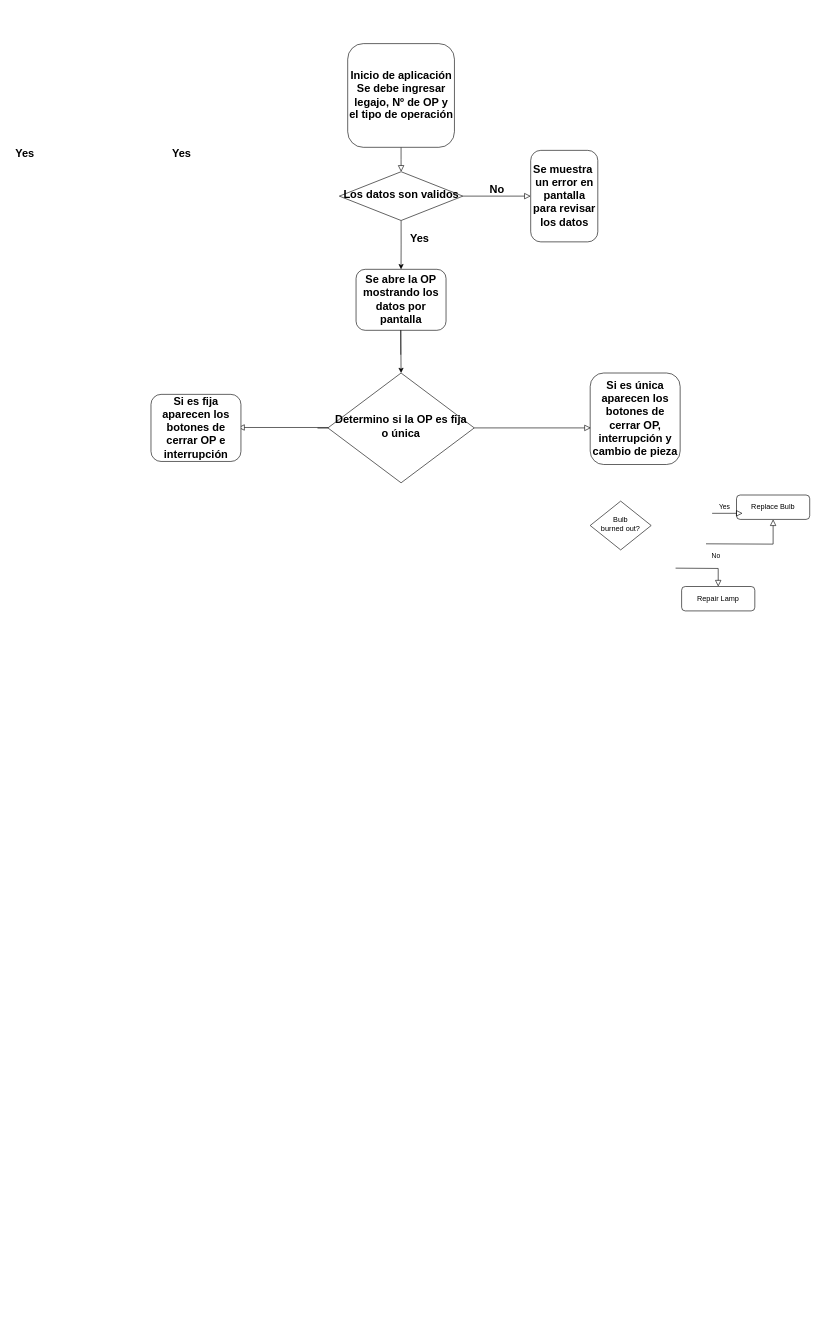
The draw.io diagram Proyecto_tablets.drawio in martin563/blinky_pont_gdb_online, before the edit. Source tidied: cells renumbered, new cells numbered last; positions are measured from the earlier drawing's top-left corner, leaving out a move shared by most shapes. Both pictures are drawn from the tidied source at 61%, with x=0, y=0 at pixel (151, 43).
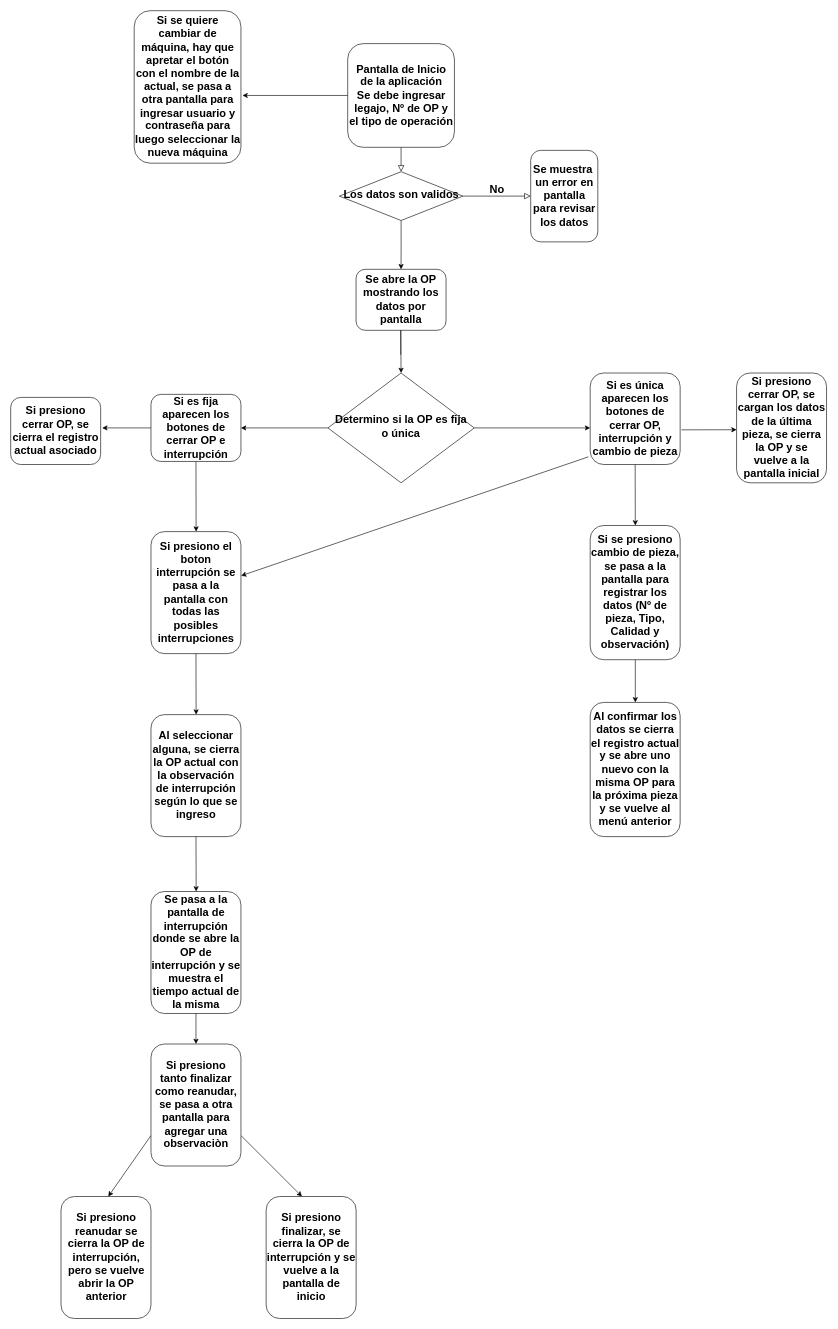
The same page after the edit.

Unchanged cells that the change refers to:
```xml
<mxCell id="16" value="Determino si la OP es fija o única" style="rhombus;whiteSpace=wrap;html=1;shadow=0;fontFamily=Helvetica;fontSize=18;align=center;strokeWidth=1;spacing=6;spacingTop=-4;fontStyle=1;" parent="1" vertex="1">
  <mxGeometry x="290" y="540" width="240" height="180" as="geometry" />
</mxCell>
<mxCell id="17" value="Si es única aparecen los botones de cerrar OP, interrupción y cambio de pieza" style="rounded=1;whiteSpace=wrap;html=1;fontSize=18;glass=0;strokeWidth=1;shadow=0;fontStyle=1;" parent="1" vertex="1">
  <mxGeometry x="720" y="540" width="147.5" height="150" as="geometry" />
</mxCell>
<mxCell id="19" value="Si es fija aparecen los botones de cerrar OP e interrupción" style="rounded=1;whiteSpace=wrap;html=1;fontSize=18;glass=0;strokeWidth=1;shadow=0;fontStyle=1;" parent="1" vertex="1">
  <mxGeometry y="575" width="147.5" height="110" as="geometry" />
</mxCell>
```

The edit, as a diff of the source:
```diff
@@
-    <mxCell id="3" value="Inicio de aplicación&lt;br style=&quot;font-size: 18px;&quot;&gt;Se debe ingresar legajo, Nº de OP y el tipo de operación" style="rounded=1;whiteSpace=wrap;html=1;fontSize=18;glass=0;strokeWidth=1;shadow=0;fontStyle=1;" parent="1" vertex="1">
+    <mxCell id="3" value="Pantalla de Inicio de la aplicación&lt;br style=&quot;font-size: 18px&quot;&gt;Se debe ingresar legajo, Nº de OP y el tipo de operación" style="rounded=1;whiteSpace=wrap;html=1;fontSize=18;glass=0;strokeWidth=1;shadow=0;fontStyle=1;" parent="1" vertex="1">
       <mxGeometry x="322.5" width="175" height="170" as="geometry" />
     </mxCell>
@@
-    <mxCell id="8" value="No" style="rounded=0;html=1;jettySize=auto;fontSize=11;endArrow=block;endFill=0;endSize=8;strokeWidth=1;shadow=0;labelBackgroundColor=none;edgeStyle=orthogonalEdgeStyle;" parent="1" edge="1" target="11">
-      <mxGeometry x="0.33" y="20" relative="1" as="geometry">
-        <mxPoint x="860" y="859.9" as="sourcePoint" />
-      </mxGeometry>
-    </mxCell>
-    <mxCell id="9" value="Yes" style="edgeStyle=orthogonalEdgeStyle;rounded=0;html=1;jettySize=auto;fontSize=11;endArrow=block;endFill=0;endSize=8;strokeWidth=1;shadow=0;labelBackgroundColor=none;" parent="1" edge="1" target="12">
-      <mxGeometry x="-0.6" y="60" relative="1" as="geometry">
-        <mxPoint x="909.9" y="820" as="sourcePoint" />
-      </mxGeometry>
-    </mxCell>
-    <mxCell id="10" value="Bulb&lt;br&gt;burned out?" style="rhombus;whiteSpace=wrap;html=1;shadow=0;fontFamily=Helvetica;fontSize=12;align=center;strokeWidth=1;spacing=6;spacingTop=-4;" parent="1" vertex="1">
-      <mxGeometry x="720" y="750" width="100" height="80" as="geometry" />
-    </mxCell>
-    <mxCell id="11" value="Repair Lamp" style="rounded=1;whiteSpace=wrap;html=1;fontSize=12;glass=0;strokeWidth=1;shadow=0;" parent="1" vertex="1">
-      <mxGeometry x="869.9" y="890" width="120" height="40" as="geometry" />
-    </mxCell>
-    <mxCell id="12" value="Replace Bulb" style="rounded=1;whiteSpace=wrap;html=1;fontSize=12;glass=0;strokeWidth=1;shadow=0;" parent="1" vertex="1">
-      <mxGeometry x="959.9" y="740" width="120" height="40" as="geometry" />
-    </mxCell>
@@
-    <mxCell id="14" value="Yes" style="edgeStyle=orthogonalEdgeStyle;rounded=0;html=1;jettySize=auto;orthogonalLoop=1;fontSize=18;endArrow=block;endFill=0;endSize=8;strokeWidth=1;shadow=0;labelBackgroundColor=none;fontStyle=1;" parent="1" edge="1">
-      <mxGeometry x="-1" y="658" relative="1" as="geometry">
-        <mxPoint x="919.9" y="770" as="sourcePoint" />
-        <mxPoint x="969.9" y="770" as="targetPoint" />
-        <mxPoint x="-480" y="208" as="offset" />
-      </mxGeometry>
-    </mxCell>
@@
-    <mxCell id="18" value="Yes" style="edgeStyle=orthogonalEdgeStyle;rounded=0;html=1;jettySize=auto;orthogonalLoop=1;fontSize=18;endArrow=block;endFill=0;endSize=8;strokeWidth=1;shadow=0;labelBackgroundColor=none;fontStyle=1;exitX=1;exitY=0.5;exitDx=0;exitDy=0;" parent="1" edge="1">
-      <mxGeometry x="-1" y="658" relative="1" as="geometry">
-        <mxPoint x="273" y="630.3" as="sourcePoint" />
-        <mxPoint x="143" y="629.3" as="targetPoint" />
-        <Array as="points">
-          <mxPoint x="290" y="630.3" />
-        </Array>
-        <mxPoint x="-480" y="208" as="offset" />
-      </mxGeometry>
-    </mxCell>
@@
-    <mxCell id="20" value="Yes" style="edgeStyle=orthogonalEdgeStyle;rounded=0;html=1;jettySize=auto;fontSize=18;endArrow=block;endFill=0;endSize=8;strokeWidth=1;shadow=0;labelBackgroundColor=none;fontStyle=1;exitX=1;exitY=0.5;exitDx=0;exitDy=0;entryX=0.007;entryY=0.6;entryDx=0;entryDy=0;entryPerimeter=0;" parent="1" edge="1" source="16" target="17">
-      <mxGeometry x="-1" y="658" relative="1" as="geometry">
-        <mxPoint x="-480" y="208" as="offset" />
-      </mxGeometry>
+    <mxCell id="20" style="endArrow=classic;html=1;rounded=0;fontSize=18;exitX=1;exitY=0.5;exitDx=0;exitDy=0;entryX=0;entryY=0.6;entryDx=0;entryDy=0;entryPerimeter=0;" parent="1" edge="1" source="16" target="17">
+      <mxGeometry relative="1" as="geometry" />
     </mxCell>
+    <mxCell id="21" style="endArrow=classic;html=1;rounded=0;fontSize=18;entryX=1;entryY=0.5;entryDx=0;entryDy=0;" parent="1" edge="1" source="16" target="19">
+      <mxGeometry relative="1" as="geometry" />
+    </mxCell>
+    <mxCell id="22" style="endArrow=classic;html=1;rounded=0;fontSize=18;exitX=0.5;exitY=1;exitDx=0;exitDy=0;" parent="1" edge="1" source="19">
+      <mxGeometry relative="1" as="geometry">
+        <mxPoint x="74" y="800" as="targetPoint" />
+      </mxGeometry>
+    </mxCell>
+    <mxCell id="23" value="Si presiono el boton interrupción se pasa a la pantalla con todas las posibles interrupciones" style="rounded=1;whiteSpace=wrap;html=1;fontSize=18;glass=0;strokeWidth=1;shadow=0;fontStyle=1;" parent="1" vertex="1">
+      <mxGeometry y="800" width="147.5" height="200" as="geometry" />
+    </mxCell>
+    <mxCell id="24" style="endArrow=classic;html=1;rounded=0;fontSize=18;exitX=0.5;exitY=1;exitDx=0;exitDy=0;" parent="1" edge="1" source="23">
+      <mxGeometry relative="1" as="geometry">
+        <mxPoint x="74" y="1100" as="targetPoint" />
+      </mxGeometry>
+    </mxCell>
+    <mxCell id="25" value="Al seleccionar alguna, se cierra la OP actual con la observación de interrupción según lo que se ingreso" style="rounded=1;whiteSpace=wrap;html=1;fontSize=18;glass=0;strokeWidth=1;shadow=0;fontStyle=1;" parent="1" vertex="1">
+      <mxGeometry y="1100" width="147.5" height="200" as="geometry" />
+    </mxCell>
+    <mxCell id="26" style="endArrow=classic;html=1;rounded=0;fontSize=18;exitX=0.5;exitY=1;exitDx=0;exitDy=0;" parent="1" edge="1" source="25">
+      <mxGeometry relative="1" as="geometry">
+        <mxPoint x="74" y="1390" as="targetPoint" />
+        <Array as="points">
+          <mxPoint x="74" y="1350" />
+        </Array>
+      </mxGeometry>
+    </mxCell>
+    <mxCell id="27" value="Se pasa a la pantalla de interrupción donde se abre la OP de interrupción y se muestra el tiempo actual de la misma" style="rounded=1;whiteSpace=wrap;html=1;fontSize=18;glass=0;strokeWidth=1;shadow=0;fontStyle=1;" parent="1" vertex="1">
+      <mxGeometry y="1390" width="147.5" height="200" as="geometry" />
+    </mxCell>
+    <mxCell id="28" style="endArrow=classic;html=1;rounded=0;fontSize=18;" parent="1" edge="1">
+      <mxGeometry relative="1" as="geometry">
+        <mxPoint x="147.5" y="1790" as="sourcePoint" />
+        <mxPoint x="247.5" y="1890" as="targetPoint" />
+        <Array as="points">
+          <mxPoint x="217.5" y="1860" />
+        </Array>
+      </mxGeometry>
+    </mxCell>
+    <mxCell id="29" style="endArrow=classic;html=1;rounded=0;fontSize=18;" parent="1" edge="1">
+      <mxGeometry relative="1" as="geometry">
+        <mxPoint y="1790" as="sourcePoint" />
+        <mxPoint x="-70" y="1890" as="targetPoint" />
+      </mxGeometry>
+    </mxCell>
+    <mxCell id="30" value="Si presiono finalizar, se cierra la OP de interrupción y se vuelve a la pantalla de inicio" style="rounded=1;whiteSpace=wrap;html=1;fontSize=18;glass=0;strokeWidth=1;shadow=0;fontStyle=1;" parent="1" vertex="1">
+      <mxGeometry x="188.8" y="1890" width="147.5" height="200" as="geometry" />
+    </mxCell>
+    <mxCell id="31" value="Si presiono reanudar se cierra la OP de interrupción, pero se vuelve abrir la OP anterior" style="rounded=1;whiteSpace=wrap;html=1;fontSize=18;glass=0;strokeWidth=1;shadow=0;fontStyle=1;" parent="1" vertex="1">
+      <mxGeometry x="-147.5" y="1890" width="147.5" height="200" as="geometry" />
+    </mxCell>
+    <mxCell id="32" value="Si presiono tanto finalizar como reanudar, se pasa a otra pantalla para agregar una observaciòn" style="rounded=1;whiteSpace=wrap;html=1;fontSize=18;glass=0;strokeWidth=1;shadow=0;fontStyle=1;" parent="1" vertex="1">
+      <mxGeometry y="1640" width="147.5" height="200" as="geometry" />
+    </mxCell>
+    <mxCell id="33" style="endArrow=classic;html=1;rounded=0;fontSize=18;exitX=0.5;exitY=1;exitDx=0;exitDy=0;entryX=0.5;entryY=0;entryDx=0;entryDy=0;" parent="1" edge="1" source="27" target="32">
+      <mxGeometry relative="1" as="geometry" />
+    </mxCell>
+    <mxCell id="34" style="endArrow=classic;html=1;rounded=0;fontSize=18;entryX=1.002;entryY=0.362;entryDx=0;entryDy=0;entryPerimeter=0;exitX=-0.02;exitY=0.916;exitDx=0;exitDy=0;exitPerimeter=0;" parent="1" edge="1" source="17" target="23">
+      <mxGeometry relative="1" as="geometry" />
+    </mxCell>
+    <mxCell id="35" style="endArrow=classic;html=1;rounded=0;fontSize=18;exitX=0;exitY=0.5;exitDx=0;exitDy=0;" parent="1" edge="1" source="19">
+      <mxGeometry relative="1" as="geometry">
+        <mxPoint x="-80" y="630" as="targetPoint" />
+      </mxGeometry>
+    </mxCell>
+    <mxCell id="36" value="Si presiono cerrar OP, se cierra el registro actual asociado" style="rounded=1;whiteSpace=wrap;html=1;fontSize=18;glass=0;strokeWidth=1;shadow=0;fontStyle=1;" parent="1" vertex="1">
+      <mxGeometry x="-230" y="580" width="147.5" height="110" as="geometry" />
+    </mxCell>
+    <mxCell id="37" style="endArrow=classic;html=1;rounded=0;fontSize=18;exitX=0.5;exitY=1;exitDx=0;exitDy=0;" parent="1" edge="1" source="17">
+      <mxGeometry relative="1" as="geometry">
+        <mxPoint x="794" y="790" as="targetPoint" />
+      </mxGeometry>
+    </mxCell>
+    <mxCell id="38" value="Si se presiono cambio de pieza, se pasa a la pantalla para registrar los datos (Nº de pieza, Tipo, Calidad y observación)" style="rounded=1;whiteSpace=wrap;html=1;fontSize=18;glass=0;strokeWidth=1;shadow=0;fontStyle=1;" parent="1" vertex="1">
+      <mxGeometry x="720" y="790" width="147.5" height="220" as="geometry" />
+    </mxCell>
+    <mxCell id="39" style="endArrow=classic;html=1;rounded=0;fontSize=18;" parent="1" edge="1">
+      <mxGeometry relative="1" as="geometry">
+        <mxPoint x="794" y="1010" as="sourcePoint" />
+        <mxPoint x="794" y="1080" as="targetPoint" />
+        <Array as="points">
+          <mxPoint x="794" y="1040" />
+          <mxPoint x="794" y="1060" />
+        </Array>
+      </mxGeometry>
+    </mxCell>
+    <mxCell id="40" value="Al confirmar los datos se cierra el registro actual y se abre uno nuevo con la misma OP para la próxima pieza y se vuelve al menú anterior" style="rounded=1;whiteSpace=wrap;html=1;fontSize=18;glass=0;strokeWidth=1;shadow=0;fontStyle=1;" parent="1" vertex="1">
+      <mxGeometry x="720" y="1080" width="147.5" height="220" as="geometry" />
+    </mxCell>
+    <mxCell id="41" style="endArrow=classic;html=1;rounded=0;fontSize=18;exitX=1.014;exitY=0.621;exitDx=0;exitDy=0;exitPerimeter=0;" parent="1" edge="1" source="17">
+      <mxGeometry relative="1" as="geometry">
+        <mxPoint x="960" y="633" as="targetPoint" />
+      </mxGeometry>
+    </mxCell>
+    <mxCell id="42" value="Si presiono cerrar OP, se cargan los datos de la última pieza, se cierra la OP y se vuelve a la pantalla inicial" style="rounded=1;whiteSpace=wrap;html=1;fontSize=18;glass=0;strokeWidth=1;shadow=0;fontStyle=1;" parent="1" vertex="1">
+      <mxGeometry x="960" y="540" width="147.5" height="180" as="geometry" />
+    </mxCell>
+    <mxCell id="43" style="endArrow=classic;html=1;rounded=0;fontSize=18;" parent="1" edge="1" source="3">
+      <mxGeometry relative="1" as="geometry">
+        <mxPoint x="150" y="85" as="targetPoint" />
+      </mxGeometry>
+    </mxCell>
+    <mxCell id="44" value="Si se quiere cambiar de máquina, hay que apretar el botón con el nombre de la actual, se pasa a otra pantalla para ingresar usuario y contraseña para luego seleccionar la nueva máquina" style="rounded=1;whiteSpace=wrap;html=1;fontSize=18;glass=0;strokeWidth=1;shadow=0;fontStyle=1;" parent="1" vertex="1">
+      <mxGeometry x="-27.5" y="-54" width="175" height="250" as="geometry" />
+    </mxCell>
```
